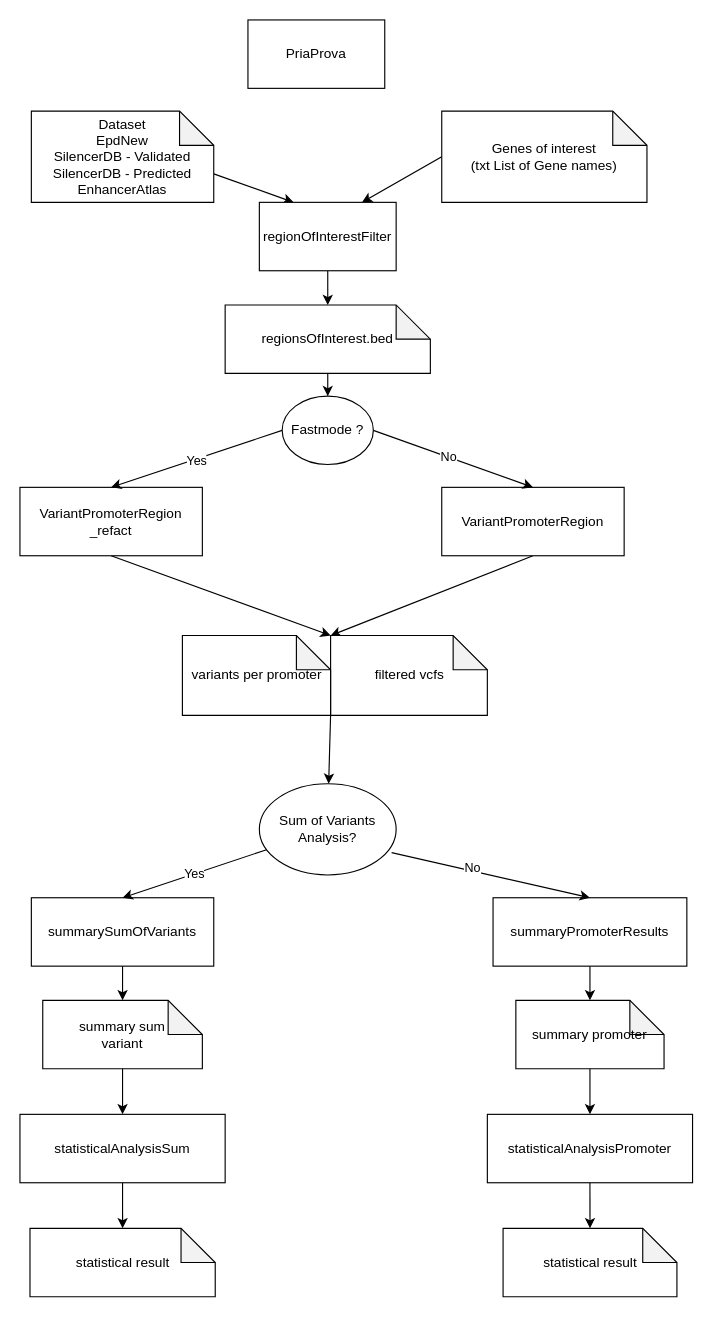
Earlier version of the draw.io diagram promoter/structure.drawio (MartinKahabka/ClIntKahabka). Source tidied: cells renumbered, new cells numbered last; positions are measured from the earlier drawing's top-left corner, leaving out a move shared by most shapes. Both pictures are drawn from the tidied source at 114%, with x=0, y=0 at pixel (19, 19).
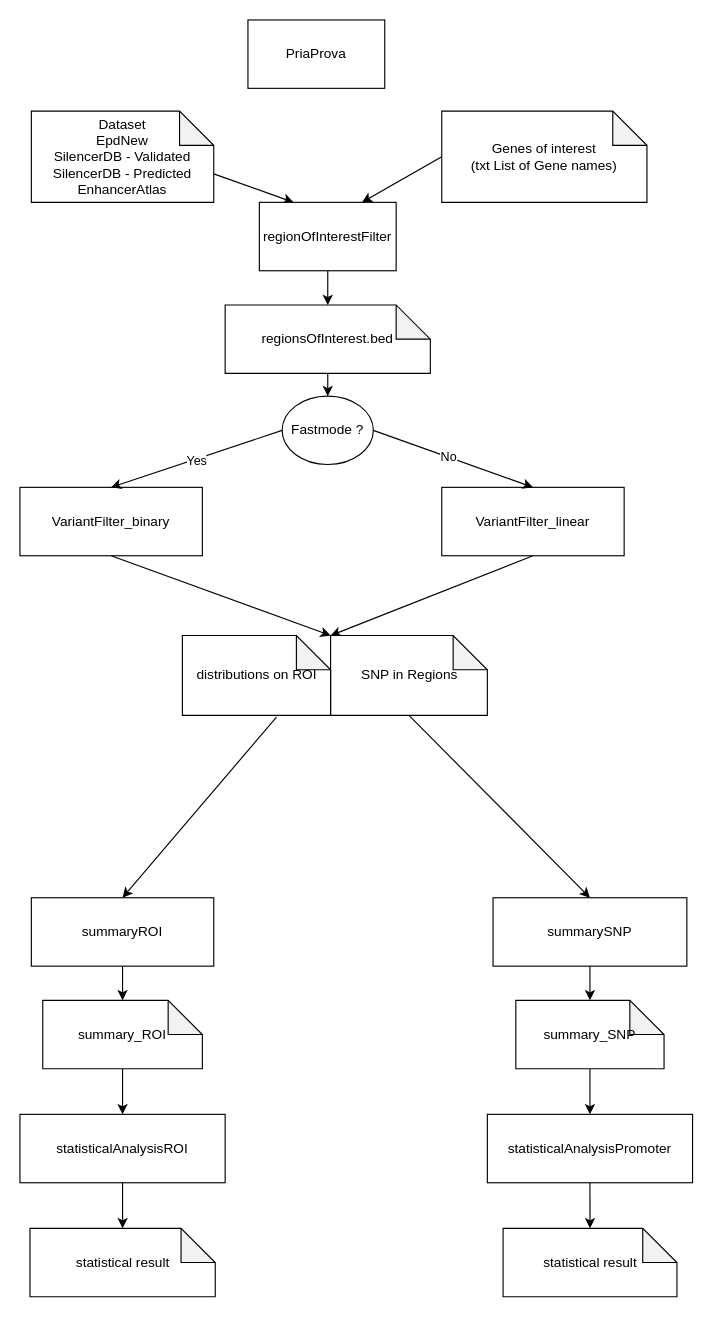
The same page after the edit.

Commit message:
updated pipeline structure

Diff of the diagram source:
```diff
@@
-    <mxCell id="3" value="VariantPromoterRegion" style="rounded=0;whiteSpace=wrap;html=1;" parent="1" vertex="1">
+    <mxCell id="3" value="VariantFilter_linear" style="rounded=0;whiteSpace=wrap;html=1;" parent="1" vertex="1">
       <mxGeometry x="370" y="410" width="160" height="60" as="geometry" />
     </mxCell>
@@
-    <mxCell id="5" value="summaryPromoterResults" style="rounded=0;whiteSpace=wrap;html=1;" parent="1" vertex="1">
+    <mxCell id="5" value="summarySNP" style="rounded=0;whiteSpace=wrap;html=1;" parent="1" vertex="1">
       <mxGeometry x="415" y="770" width="170" height="60" as="geometry" />
     </mxCell>
@@
-    <mxCell id="9" value="VariantPromoterRegion&lt;br&gt;_refact" style="rounded=0;whiteSpace=wrap;html=1;" parent="1" vertex="1">
+    <mxCell id="9" value="VariantFilter_binary" style="rounded=0;whiteSpace=wrap;html=1;" parent="1" vertex="1">
       <mxGeometry y="410" width="160" height="60" as="geometry" />
     </mxCell>
@@
-    <mxCell id="16" style="edgeStyle=none;html=1;exitX=0.967;exitY=0.755;exitDx=0;exitDy=0;entryX=0.5;entryY=0;entryDx=0;entryDy=0;exitPerimeter=0;" parent="1" edge="1" source="27" target="5">
+    <mxCell id="16" style="edgeStyle=none;html=1;exitX=0.5;exitY=1;exitDx=0;exitDy=0;entryX=0.5;entryY=0;entryDx=0;entryDy=0;exitPerimeter=0;" parent="1" edge="1" source="18" target="5">
       <mxGeometry relative="1" as="geometry" />
     </mxCell>
-    <mxCell id="17" value="No" style="edgeLabel;html=1;align=center;verticalAlign=middle;" parent="16" vertex="1">
-      <mxGeometry x="-0.19" y="3" relative="1" as="geometry" />
-    </mxCell>
-    <mxCell id="18" value="filtered vcfs" style="shape=note;whiteSpace=wrap;html=1;backgroundOutline=1;darkOpacity=0.05;" parent="1" vertex="1">
+    <mxCell id="18" value="SNP in Regions" style="shape=note;whiteSpace=wrap;html=1;backgroundOutline=1;darkOpacity=0.05;" parent="1" vertex="1">
       <mxGeometry x="272.5" y="540" width="137.5" height="70" as="geometry" />
     </mxCell>
@@
-    <mxCell id="20" value="summary promoter" style="shape=note;whiteSpace=wrap;html=1;backgroundOutline=1;darkOpacity=0.05;" parent="1" vertex="1">
+    <mxCell id="20" value="summary_SNP" style="shape=note;whiteSpace=wrap;html=1;backgroundOutline=1;darkOpacity=0.05;" parent="1" vertex="1">
       <mxGeometry x="435" y="860" width="130" height="60" as="geometry" />
     </mxCell>
@@
-    <mxCell id="23" value="summarySumOfVariants" style="whiteSpace=wrap;html=1;" parent="1" vertex="1">
+    <mxCell id="23" value="summaryROI" style="whiteSpace=wrap;html=1;" parent="1" vertex="1">
       <mxGeometry x="10" y="770" width="160" height="60" as="geometry" />
     </mxCell>
-    <mxCell id="24" style="edgeStyle=none;html=1;exitX=1;exitY=1;exitDx=0;exitDy=0;exitPerimeter=0;" parent="1" edge="1" source="25" target="27">
-      <mxGeometry relative="1" as="geometry" />
-    </mxCell>
-    <mxCell id="25" value="variants per promoter" style="shape=note;whiteSpace=wrap;html=1;backgroundOutline=1;darkOpacity=0.05;" parent="1" vertex="1">
+    <mxCell id="25" value="distributions on ROI" style="shape=note;whiteSpace=wrap;html=1;backgroundOutline=1;darkOpacity=0.05;" parent="1" vertex="1">
       <mxGeometry x="142.5" y="540" width="130" height="70" as="geometry" />
     </mxCell>
-    <mxCell id="26" value="Yes" style="edgeStyle=none;html=1;entryX=0.5;entryY=0;entryDx=0;entryDy=0;" parent="1" edge="1" source="27" target="23">
+    <mxCell id="26" style="edgeStyle=none;html=1;entryX=0.5;entryY=0;entryDx=0;entryDy=0;exitX=0.635;exitY=1.021;exitDx=0;exitDy=0;exitPerimeter=0;" parent="1" edge="1" source="25" target="23">
       <mxGeometry relative="1" as="geometry" />
     </mxCell>
-    <mxCell id="27" value="Sum of Variants&lt;br&gt;Analysis?" style="ellipse;whiteSpace=wrap;html=1;" parent="1" vertex="1">
-      <mxGeometry x="210" y="670" width="120" height="80" as="geometry" />
-    </mxCell>
-    <mxCell id="28" value="summary sum&lt;br&gt;variant" style="shape=note;whiteSpace=wrap;html=1;backgroundOutline=1;darkOpacity=0.05;" parent="1" vertex="1">
+    <mxCell id="28" value="summary_ROI" style="shape=note;whiteSpace=wrap;html=1;backgroundOutline=1;darkOpacity=0.05;" parent="1" vertex="1">
       <mxGeometry x="20" y="860" width="140" height="60" as="geometry" />
     </mxCell>
@@
-    <mxCell id="30" value="statisticalAnalysisSum" style="rounded=0;whiteSpace=wrap;html=1;" parent="1" vertex="1">
+    <mxCell id="30" value="statisticalAnalysisROI" style="rounded=0;whiteSpace=wrap;html=1;" parent="1" vertex="1">
       <mxGeometry y="960" width="180" height="60" as="geometry" />
     </mxCell>
```
